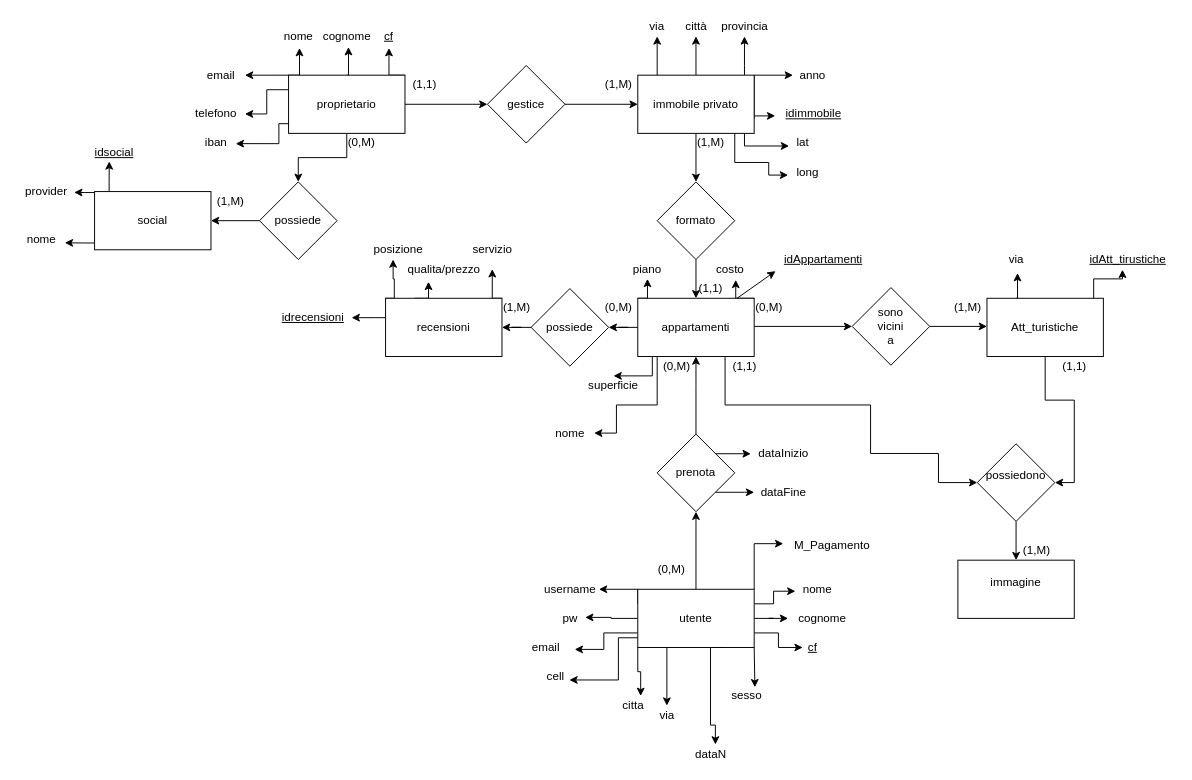
Above: schema er.drawio in MrPinko/Esame-affitti (draw.io), before the change. Source tidied: cells renumbered, new cells numbered last; positions are measured from the earlier drawing's top-left corner, leaving out a move shared by most shapes. Both pictures are drawn from the tidied source at 97%, with x=0, y=0 at pixel (16, 16).
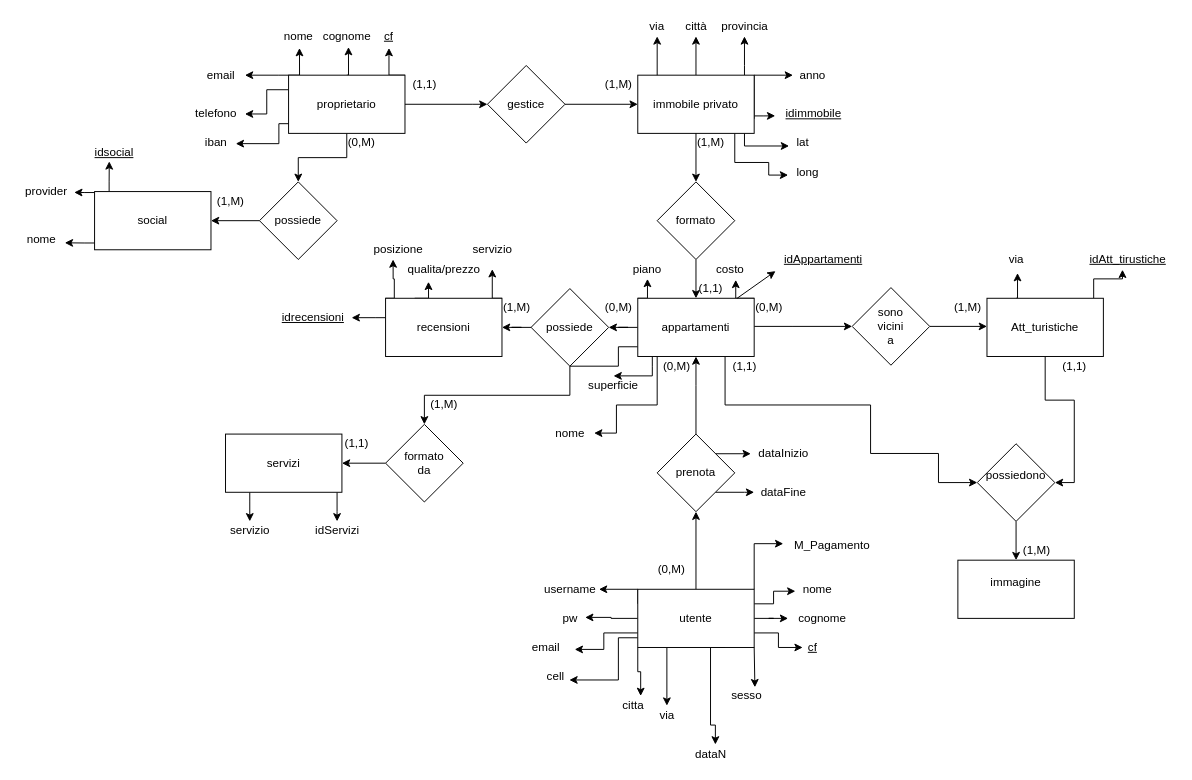
The same page after the edit.

Unchanged cells that the change refers to:
```xml
<mxCell id="20" value="appartamenti" style="whiteSpace=wrap;html=1;rounded=0;direction=west;" parent="1" vertex="1">
  <mxGeometry x="640" y="290" width="120" height="60" as="geometry" />
</mxCell>
```

Change to the diagram source:
```diff
@@
+    <mxCell id="129" style="edgeStyle=orthogonalEdgeStyle;rounded=0;jettySize=auto;html=1;entryX=0.5;entryY=0;entryDx=0;entryDy=0;" parent="1" edge="1" source="20" target="131">
+      <mxGeometry relative="1" as="geometry">
+        <Array as="points">
+          <mxPoint x="620" y="340" />
+          <mxPoint x="620" y="360" />
+          <mxPoint x="570" y="360" />
+          <mxPoint x="570" y="390" />
+          <mxPoint x="420" y="390" />
+        </Array>
+      </mxGeometry>
+    </mxCell>
@@
+    <mxCell id="130" style="edgeStyle=orthogonalEdgeStyle;rounded=0;jettySize=auto;html=1;" parent="1" edge="1" source="131" target="134">
+      <mxGeometry relative="1" as="geometry" />
+    </mxCell>
+    <mxCell id="131" value="&lt;div&gt;formato&lt;/div&gt;&lt;div&gt;da&lt;br&gt;&lt;/div&gt;" style="rhombus;whiteSpace=wrap;html=1;" parent="1" vertex="1">
+      <mxGeometry x="380" y="420" width="80" height="80" as="geometry" />
+    </mxCell>
+    <mxCell id="132" style="edgeStyle=orthogonalEdgeStyle;rounded=0;jettySize=auto;html=1;" parent="1" edge="1" source="134" target="135">
+      <mxGeometry relative="1" as="geometry">
+        <Array as="points">
+          <mxPoint x="330" y="510" />
+          <mxPoint x="330" y="510" />
+        </Array>
+      </mxGeometry>
+    </mxCell>
+    <mxCell id="133" style="edgeStyle=orthogonalEdgeStyle;rounded=0;jettySize=auto;html=1;" parent="1" edge="1" source="134" target="136">
+      <mxGeometry relative="1" as="geometry">
+        <Array as="points">
+          <mxPoint x="240" y="500" />
+          <mxPoint x="240" y="500" />
+        </Array>
+      </mxGeometry>
+    </mxCell>
+    <mxCell id="134" value="servizi" style="whiteSpace=wrap;html=1;" parent="1" vertex="1">
+      <mxGeometry x="215" y="430" width="120" height="60" as="geometry" />
+    </mxCell>
+    <mxCell id="135" value="&lt;div&gt;idServizi&lt;/div&gt;" style="text;html=1;align=center;verticalAlign=middle;points=[];strokeColor=none;" parent="1" vertex="1">
+      <mxGeometry x="300" y="520" width="60" height="20" as="geometry" />
+    </mxCell>
+    <mxCell id="136" value="servizio" style="text;html=1;align=center;verticalAlign=middle;points=[];strokeColor=none;" parent="1" vertex="1">
+      <mxGeometry x="210" y="520" width="60" height="20" as="geometry" />
+    </mxCell>
+    <mxCell id="137" value="(1,M)" style="text;html=1;align=center;verticalAlign=middle;strokeColor=none;" parent="1" vertex="1">
+      <mxGeometry x="420" y="390" width="40" height="20" as="geometry" />
+    </mxCell>
+    <mxCell id="138" value="(1,1)" style="text;html=1;align=center;verticalAlign=middle;strokeColor=none;" parent="1" vertex="1">
+      <mxGeometry x="330" y="430" width="40" height="20" as="geometry" />
+    </mxCell>
```
